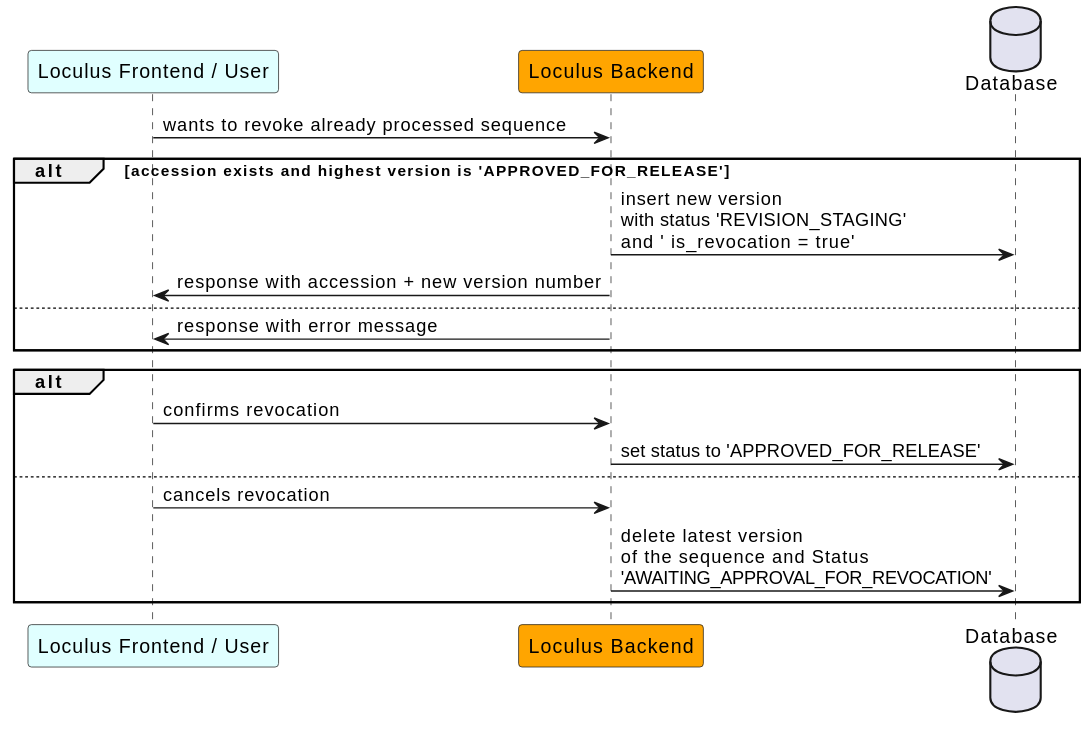
Before: backend/docs/plantuml/sequenceRevocation.svg, a diagram exported from PlantUML (loculus-project/loculus).
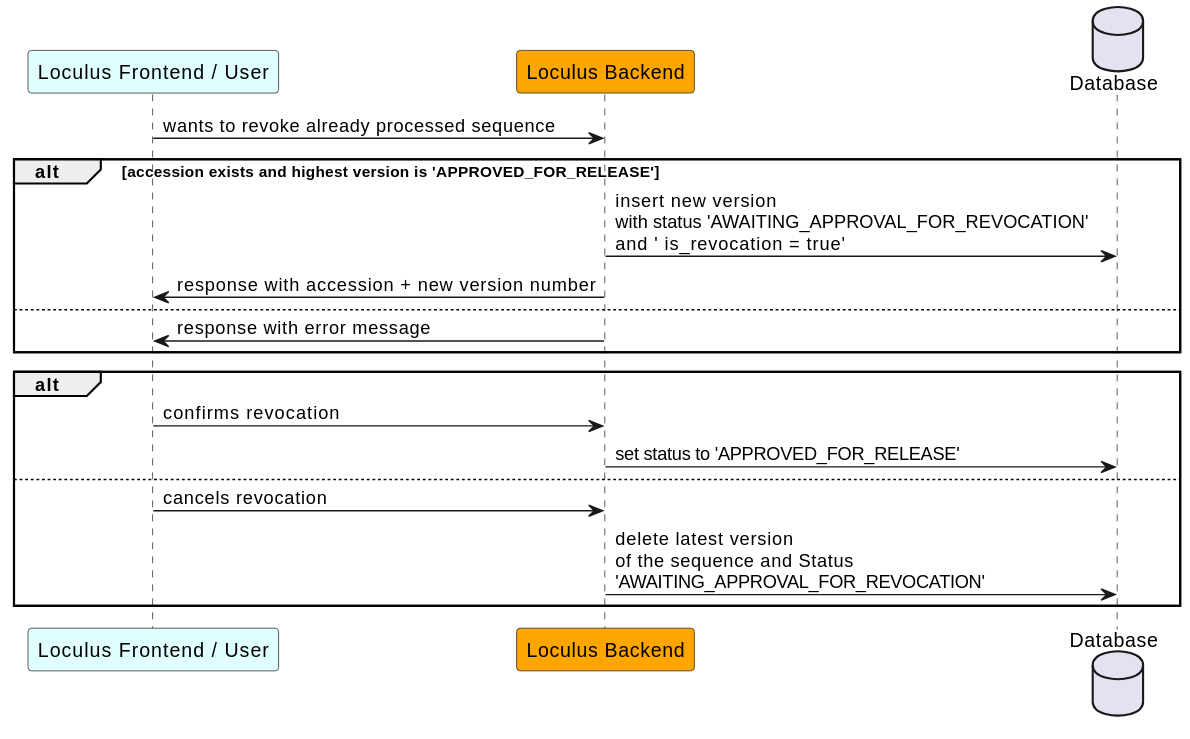
After the commit.

Commit message:
docs(backend): Update svgs (with plantuml 1.2024.0) [skip ci]

What changed in the source:
```diff
@@ -6,7 +6,7 @@
     frontend -> backend: wants to revoke already processed sequence
 
      alt accession exists and highest version is 'APPROVED_FOR_RELEASE'
-        backend -> DB: insert new version\nwith status 'REVISION_STAGING' \nand ' is_revocation = true'
+        backend -> DB: insert new version\nwith status 'AWAITING_APPROVAL_FOR_REVOCATION' \nand ' is_revocation = true'
     backend -> frontend: response with accession + new version number
     else
         backend -> frontend: response with error message
```
